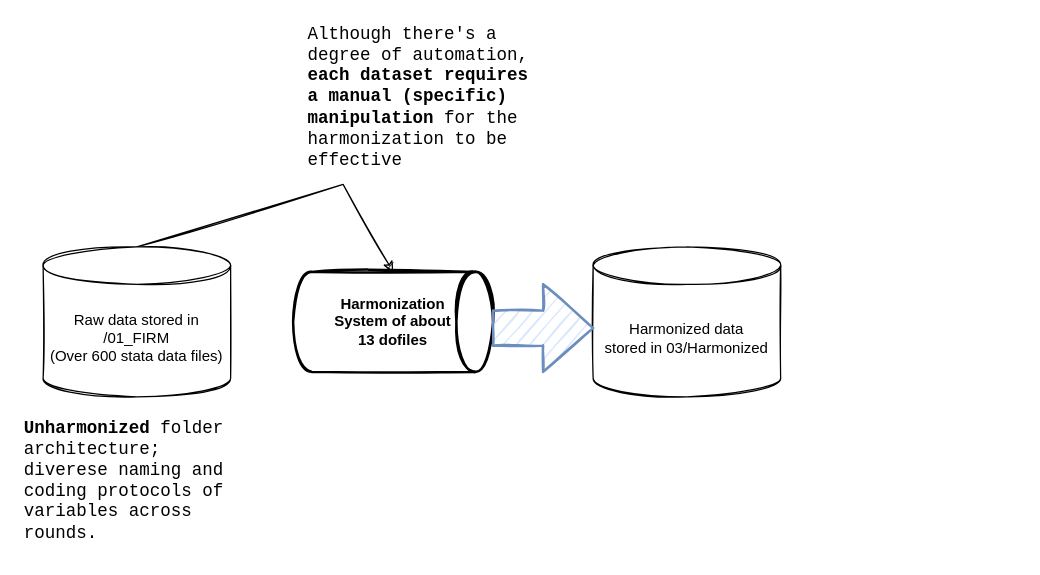
Earlier version of the draw.io diagram report/Untitled Diagram.drawio (araupontones/MLS_concept). Source tidied: cells renumbered, new cells numbered last; positions are measured from the earlier drawing's top-left corner, leaving out a move shared by most shapes. Both pictures are drawn from the tidied source at 125%, with x=0, y=0 at pixel (20, 21).
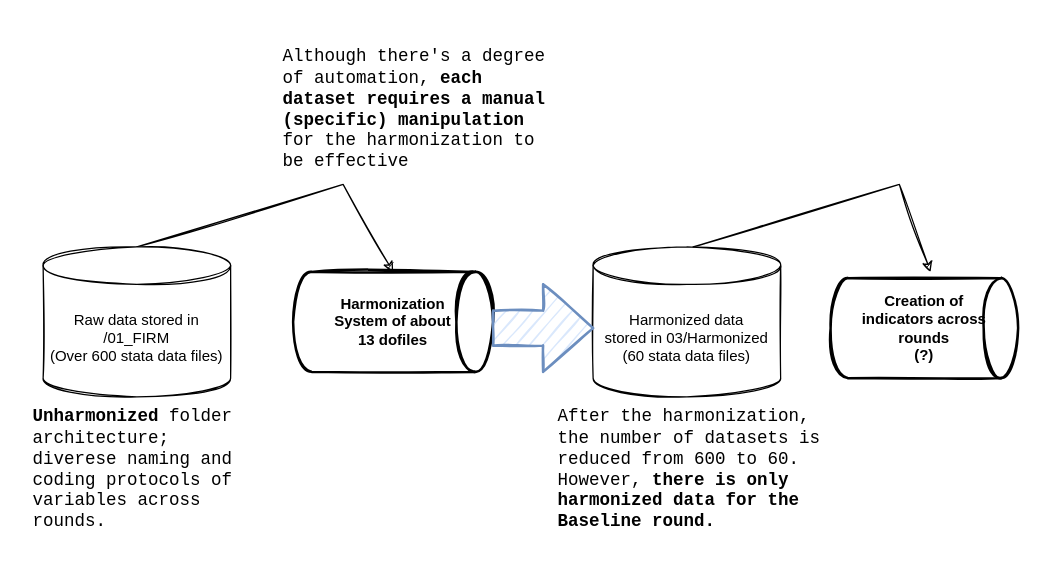
The same diagram, later.

What changed in the source:
```diff
@@
 <mxGraphModel>
   <root>
     <mxCell id="0" />
     <mxCell id="1" parent="0" />
     <mxCell id="2" value="Harmonization&lt;br&gt;System of about &lt;br&gt;13 dofiles" style="strokeWidth=2;html=1;shape=mxgraph.flowchart.direct_data;align=center;sketch=1;verticalAlign=middle;whiteSpace=wrap;fontStyle=1;" parent="1" vertex="1">
       <mxGeometry x="218" y="200" width="160" height="80" as="geometry" />
     </mxCell>
     <mxCell id="3" style="endArrow=classic;html=1;rounded=0;exitX=0.5;exitY=0;exitDx=0;exitDy=0;exitPerimeter=0;entryX=0.5;entryY=0;entryDx=0;entryDy=0;entryPerimeter=0;sketch=1;" parent="1" edge="1" source="4" target="2">
       <mxGeometry relative="1" as="geometry">
         <Array as="points">
           <mxPoint x="258" y="130" />
         </Array>
       </mxGeometry>
     </mxCell>
     <mxCell id="4" value="Raw data stored in /01_FIRM&lt;br&gt;(Over 600 stata data files)" style="shape=cylinder3;whiteSpace=wrap;html=1;boundedLbl=1;backgroundOutline=1;size=15;sketch=1;" parent="1" vertex="1">
       <mxGeometry x="18" y="180" width="150" height="120" as="geometry" />
     </mxCell>
     <mxCell id="5" value="&lt;b&gt;Unharmonized&lt;/b&gt; folder architecture; diverese naming and coding protocols of variables across rounds." style="text;html=1;strokeColor=none;fillColor=none;align=left;verticalAlign=middle;whiteSpace=wrap;rounded=0;sketch=1;fontFamily=Courier New;fontSize=14;" parent="1" vertex="1">
-      <mxGeometry x="0.5" y="314" width="185" height="106" as="geometry" />
+      <mxGeometry x="8" y="305" width="185" height="106" as="geometry" />
     </mxCell>
-    <mxCell id="6" value="Harmonized data&lt;br&gt;stored in 03/Harmonized" style="shape=cylinder3;whiteSpace=wrap;html=1;boundedLbl=1;backgroundOutline=1;size=15;sketch=1;" parent="1" vertex="1">
+    <mxCell id="6" value="Harmonized data&lt;br&gt;stored in 03/Harmonized&lt;br&gt;(60 stata data files)" style="shape=cylinder3;whiteSpace=wrap;html=1;boundedLbl=1;backgroundOutline=1;size=15;sketch=1;" parent="1" vertex="1">
       <mxGeometry x="458" y="180" width="150" height="120" as="geometry" />
     </mxCell>
     <mxCell id="7" style="verticalLabelPosition=bottom;verticalAlign=top;html=1;strokeWidth=2;shape=mxgraph.arrows2.arrow;dy=0.6;dx=40;notch=0;labelBackgroundColor=#D5E8D4;fillColor=#dae8fc;strokeColor=#6c8ebf;sketch=1;" parent="1" vertex="1">
       <mxGeometry x="378" y="210" width="80" height="70" as="geometry" />
     </mxCell>
     <mxCell id="8" value="Although there's a degree of automation, &lt;b&gt;each dataset requires a manual (specific) manipulation&lt;/b&gt; for the harmonization to be effective" style="text;html=1;strokeColor=none;fillColor=none;align=left;verticalAlign=middle;whiteSpace=wrap;rounded=0;sketch=1;fontFamily=Courier New;fontSize=14;" parent="1" vertex="1">
-      <mxGeometry x="228" width="190" height="120" as="geometry" />
+      <mxGeometry x="208" y="10" width="220" height="120" as="geometry" />
     </mxCell>
+    <mxCell id="9" value="After the harmonization, the number of datasets is reduced from 600 to 60. However, &lt;b&gt;there is only harmonized data for the Baseline round.&lt;/b&gt;" style="text;html=1;strokeColor=none;fillColor=none;align=left;verticalAlign=middle;whiteSpace=wrap;rounded=0;sketch=1;fontFamily=Courier New;fontSize=14;" parent="1" vertex="1">
+      <mxGeometry x="428" y="290" width="230" height="136" as="geometry" />
+    </mxCell>
+    <mxCell id="10" value="Creation of&lt;br&gt;indicators across &lt;br&gt;rounds&lt;br&gt;(?)" style="strokeWidth=2;html=1;shape=mxgraph.flowchart.direct_data;align=center;sketch=1;verticalAlign=middle;whiteSpace=wrap;fontStyle=1;" parent="1" vertex="1">
+      <mxGeometry x="648" y="205" width="150" height="80" as="geometry" />
+    </mxCell>
+    <mxCell id="11" style="endArrow=classic;html=1;rounded=0;exitX=0.5;exitY=0;exitDx=0;exitDy=0;exitPerimeter=0;sketch=1;" parent="1" edge="1">
+      <mxGeometry relative="1" as="geometry">
+        <mxPoint x="538" y="180" as="sourcePoint" />
+        <mxPoint x="728" y="200" as="targetPoint" />
+        <Array as="points">
+          <mxPoint x="703" y="130" />
+        </Array>
+      </mxGeometry>
+    </mxCell>
   </root>
 </mxGraphModel>
```
